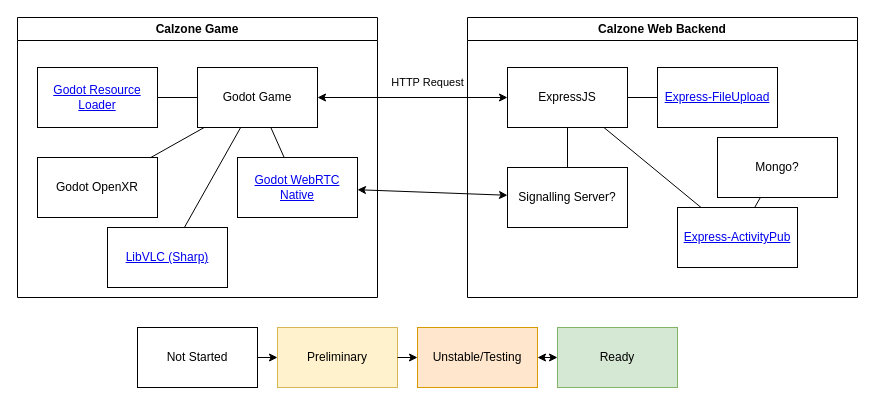
TailTwistStudios/Project-Calzone keeps this draw.io diagram as Project Structure Diagram.drawio. Above is the earlier version. Source tidied: cells renumbered, new cells numbered last; positions are measured from the earlier drawing's top-left corner, leaving out a move shared by most shapes. Both pictures are drawn from the tidied source at 100%, with x=0, y=0 at pixel (17, 17).
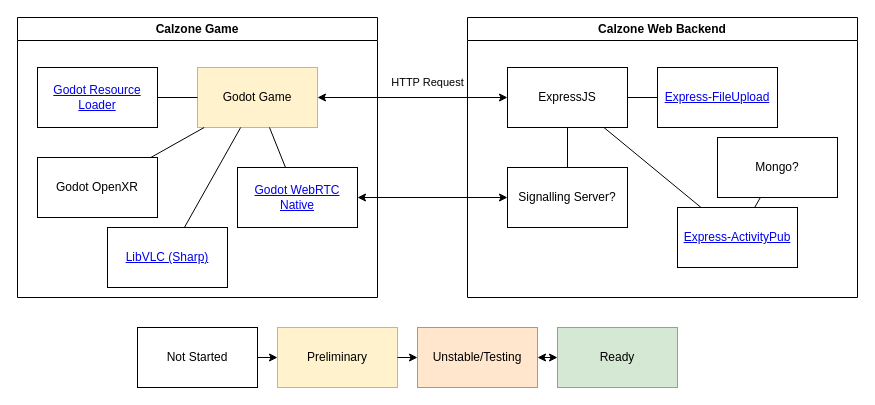
The same diagram, later.

The change refers to these unchanged cells:
```xml
<mxCell id="12" value="Calzone Game" style="swimlane;whiteSpace=wrap;html=1;" parent="1" vertex="1">
  <mxGeometry width="360" height="280" as="geometry" />
</mxCell>
```

Change to the diagram source:
```diff
@@
-    <mxCell id="13" value="Godot Game" style="rounded=0;whiteSpace=wrap;html=1;" parent="12" vertex="1">
+    <mxCell id="13" value="Godot Game" style="rounded=0;whiteSpace=wrap;html=1;fillColor=#fff2cc;strokeColor=#d6b656;" parent="12" vertex="1">
       <mxGeometry x="180" y="50" width="120" height="60" as="geometry" />
     </mxCell>
     <mxCell id="14" value="&lt;a href=&quot;https://github.com/godotengine/webrtc-native&quot;&gt;Godot WebRTC Native&lt;/a&gt;" style="rounded=0;whiteSpace=wrap;html=1;" parent="12" vertex="1">
-      <mxGeometry x="220" y="140" width="120" height="60" as="geometry" />
+      <mxGeometry x="220" y="150" width="120" height="60" as="geometry" />
     </mxCell>
```
